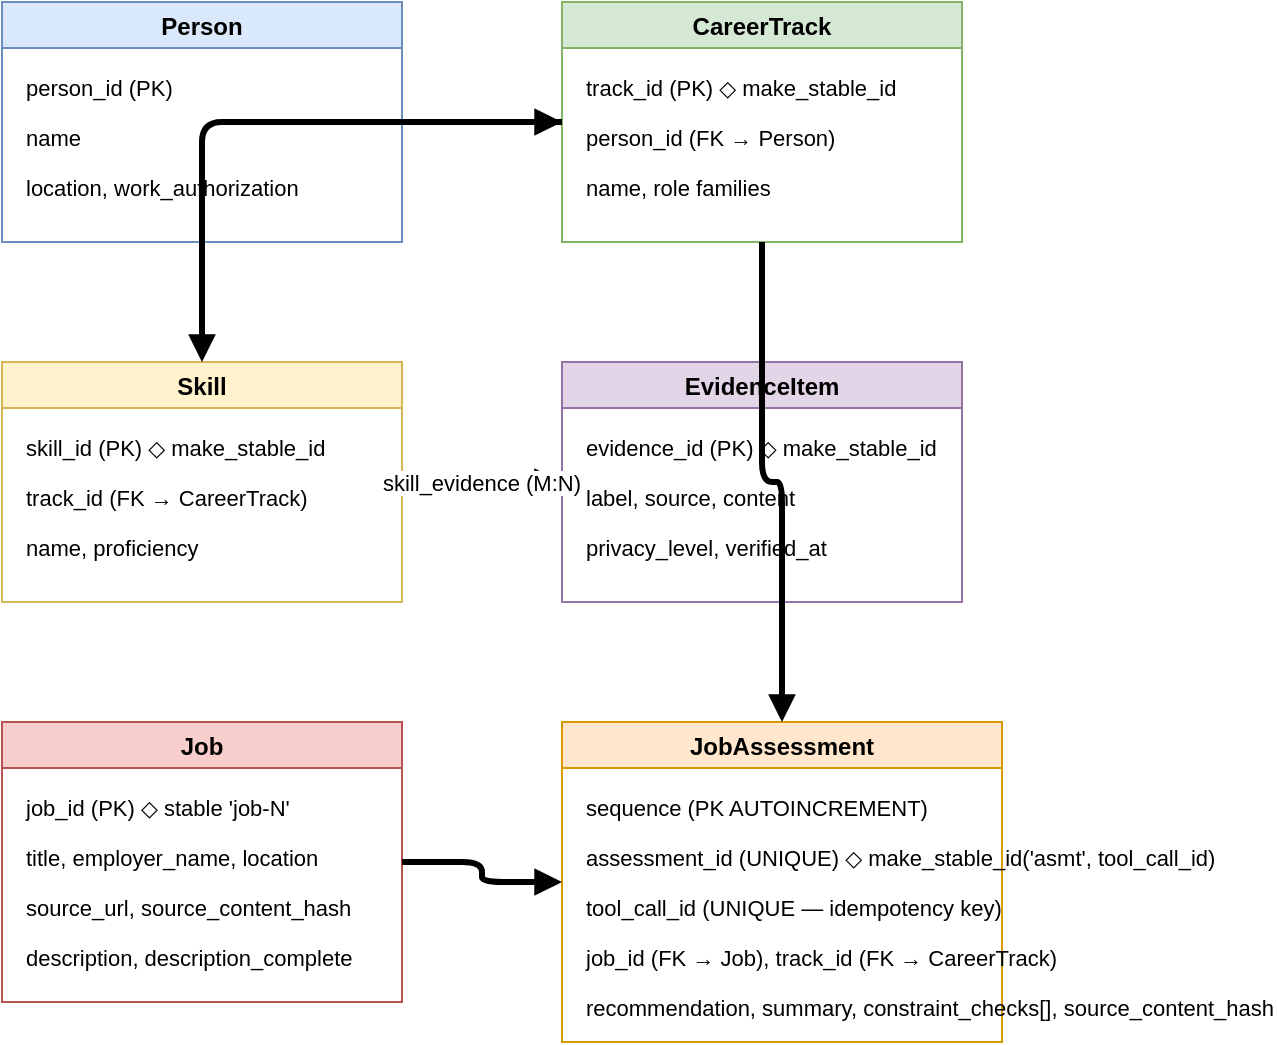
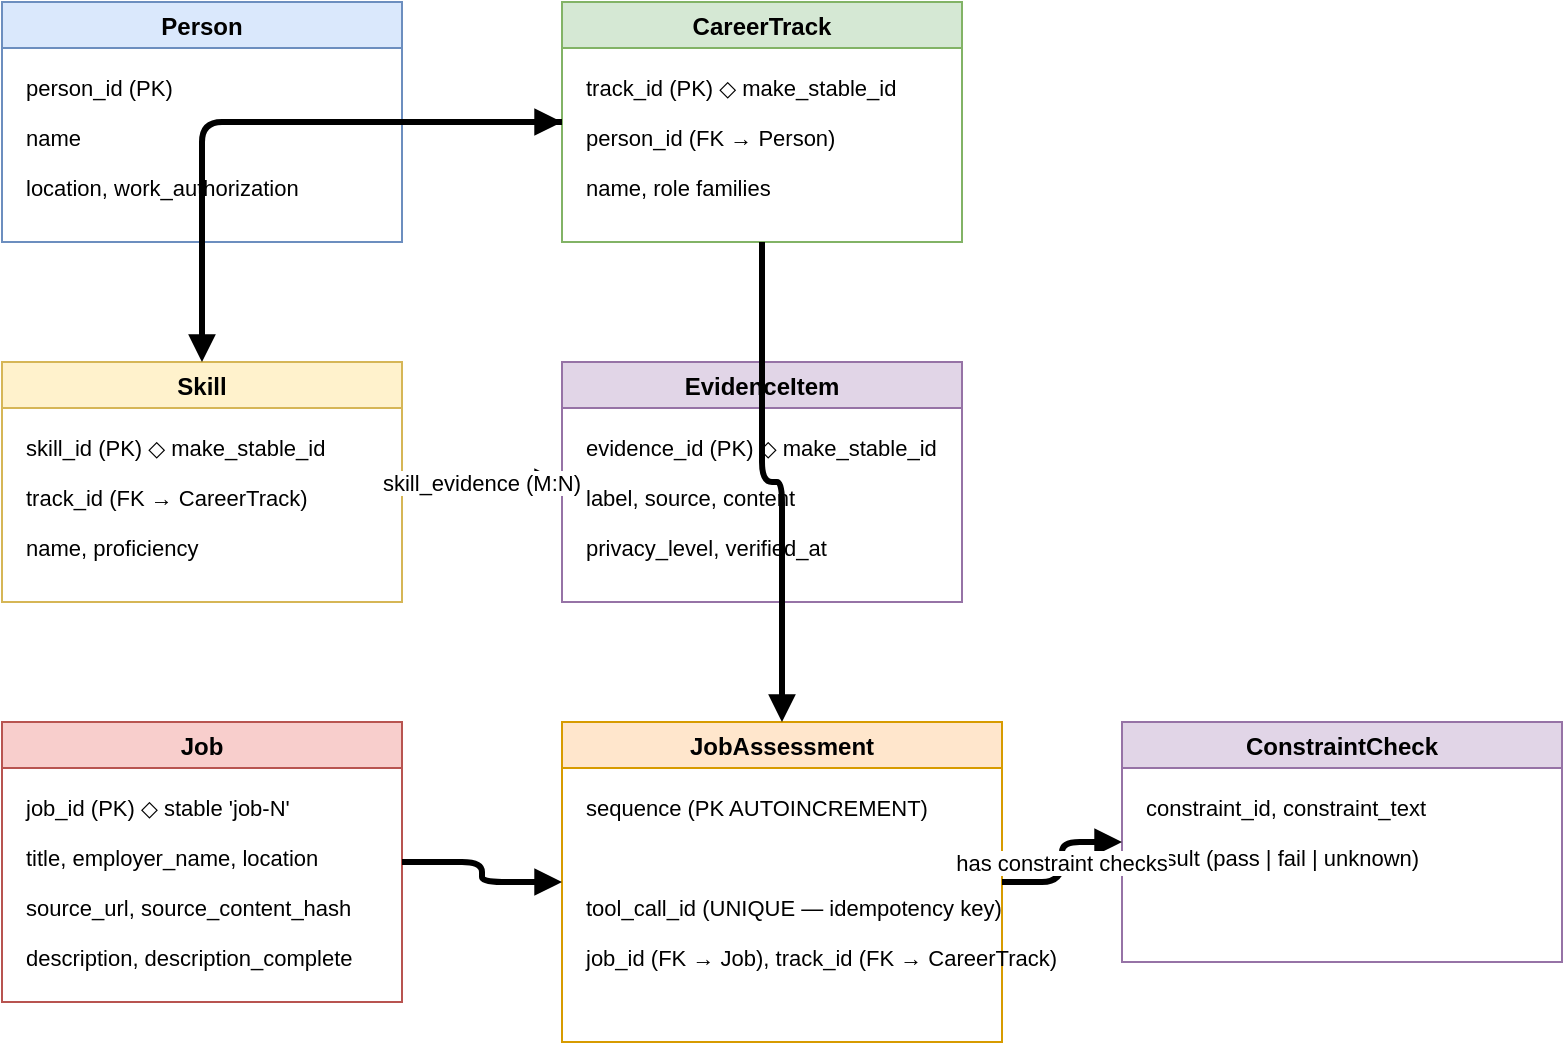
<mxfile host="app.diagrams.net">
  <diagram name="employment-models">
    <mxGraphModel dx="1200" dy="800" grid="1" gridSize="10" guides="1" tooltips="1" connect="1" arrows="1" fold="1" page="1" pageScale="1" pageWidth="827" pageHeight="1169">
      <root>
        <mxCell id="0"/>
        <mxCell id="1" parent="0"/>
        <mxCell id="group-person" value="Person" style="swimlane;fillColor=#dae8fc;strokeColor=#6c8ebf;" vertex="1" parent="1">
          <mxGeometry x="40" y="40" width="200" height="120" as="geometry"/>
        </mxCell>
        <mxCell id="person-id" value="person_id (PK)" style="text;fontSize=11;" vertex="1" parent="group-person">
          <mxGeometry x="10" y="30" width="180" height="20" as="geometry"/>
        </mxCell>
        <mxCell id="person-name" value="name" style="text;fontSize=11;" vertex="1" parent="group-person">
          <mxGeometry x="10" y="55" width="180" height="20" as="geometry"/>
        </mxCell>
        <mxCell id="person-loc" value="location, work_authorization" style="text;fontSize=11;" vertex="1" parent="group-person">
          <mxGeometry x="10" y="80" width="180" height="20" as="geometry"/>
        </mxCell>
        <mxCell id="group-track" value="CareerTrack" style="swimlane;fillColor=#d5e8d4;strokeColor=#82b366;" vertex="1" parent="1">
          <mxGeometry x="320" y="40" width="200" height="120" as="geometry"/>
        </mxCell>
        <mxCell id="track-id" value="track_id (PK)  ◇ make_stable_id" style="text;fontSize=11;" vertex="1" parent="group-track">
          <mxGeometry x="10" y="30" width="180" height="20" as="geometry"/>
        </mxCell>
        <mxCell id="track-pid" value="person_id (FK → Person)" style="text;fontSize=11;" vertex="1" parent="group-track">
          <mxGeometry x="10" y="55" width="180" height="20" as="geometry"/>
        </mxCell>
        <mxCell id="track-name" value="name, role families" style="text;fontSize=11;" vertex="1" parent="group-track">
          <mxGeometry x="10" y="80" width="180" height="20" as="geometry"/>
        </mxCell>
        <mxCell id="group-skill" value="Skill" style="swimlane;fillColor=#fff2cc;strokeColor=#d6b656;" vertex="1" parent="1">
          <mxGeometry x="40" y="220" width="200" height="120" as="geometry"/>
        </mxCell>
        <mxCell id="skill-id" value="skill_id (PK)  ◇ make_stable_id" style="text;fontSize=11;" vertex="1" parent="group-skill">
          <mxGeometry x="10" y="30" width="180" height="20" as="geometry"/>
        </mxCell>
        <mxCell id="skill-tid" value="track_id (FK → CareerTrack)" style="text;fontSize=11;" vertex="1" parent="group-skill">
          <mxGeometry x="10" y="55" width="180" height="20" as="geometry"/>
        </mxCell>
        <mxCell id="skill-prof" value="name, proficiency" style="text;fontSize=11;" vertex="1" parent="group-skill">
          <mxGeometry x="10" y="80" width="180" height="20" as="geometry"/>
        </mxCell>
        <mxCell id="group-evidence" value="EvidenceItem" style="swimlane;fillColor=#e1d5e7;strokeColor=#9673a6;" vertex="1" parent="1">
          <mxGeometry x="320" y="220" width="200" height="120" as="geometry"/>
        </mxCell>
        <mxCell id="ev-id" value="evidence_id (PK)  ◇ make_stable_id" style="text;fontSize=11;" vertex="1" parent="group-evidence">
          <mxGeometry x="10" y="30" width="180" height="20" as="geometry"/>
        </mxCell>
        <mxCell id="ev-label" value="label, source, content" style="text;fontSize=11;" vertex="1" parent="group-evidence">
          <mxGeometry x="10" y="55" width="180" height="20" as="geometry"/>
        </mxCell>
        <mxCell id="ev-priv" value="privacy_level, verified_at" style="text;fontSize=11;" vertex="1" parent="group-evidence">
          <mxGeometry x="10" y="80" width="180" height="20" as="geometry"/>
        </mxCell>
        <mxCell id="group-job" value="Job" style="swimlane;fillColor=#f8cecc;strokeColor=#b85450;" vertex="1" parent="1">
          <mxGeometry x="40" y="400" width="200" height="140" as="geometry"/>
        </mxCell>
        <mxCell id="job-id" value="job_id (PK)  ◇ stable 'job-N'" style="text;fontSize=11;" vertex="1" parent="group-job">
          <mxGeometry x="10" y="30" width="180" height="20" as="geometry"/>
        </mxCell>
        <mxCell id="job-title" value="title, employer_name, location" style="text;fontSize=11;" vertex="1" parent="group-job">
          <mxGeometry x="10" y="55" width="180" height="20" as="geometry"/>
        </mxCell>
        <mxCell id="job-src" value="source_url, source_content_hash" style="text;fontSize=11;" vertex="1" parent="group-job">
          <mxGeometry x="10" y="80" width="180" height="20" as="geometry"/>
        </mxCell>
        <mxCell id="job-desc" value="description, description_complete" style="text;fontSize=11;" vertex="1" parent="group-job">
          <mxGeometry x="10" y="105" width="180" height="20" as="geometry"/>
        </mxCell>
        <mxCell id="group-assessment" value="JobAssessment" style="swimlane;fillColor=#ffe6cc;strokeColor=#d79b00;" vertex="1" parent="1">
          <mxGeometry x="320" y="400" width="220" height="160" as="geometry"/>
        </mxCell>
        <mxCell id="asmt-seq" value="sequence (PK AUTOINCREMENT)" style="text;fontSize=11;" vertex="1" parent="group-assessment">
          <mxGeometry x="10" y="30" width="200" height="20" as="geometry"/>
        </mxCell>
-         <mxCell id="asmt-aid" value="assessment_id (UNIQUE)  ◇ make_stable_id('asmt', tool_call_id)" style="text;fontSize=11;" vertex="1" parent="group-assessment">
-           <mxGeometry x="10" y="55" width="200" height="20" as="geometry"/>
-         </mxCell>
        <mxCell id="asmt-tcid" value="tool_call_id (UNIQUE — idempotency key)" style="text;fontSize=11;" vertex="1" parent="group-assessment">
          <mxGeometry x="10" y="80" width="200" height="20" as="geometry"/>
        </mxCell>
        <mxCell id="asmt-fk" value="job_id (FK → Job), track_id (FK → CareerTrack)" style="text;fontSize=11;" vertex="1" parent="group-assessment">
          <mxGeometry x="10" y="105" width="200" height="20" as="geometry"/>
        </mxCell>
-         <mxCell id="asmt-rec" value="recommendation, summary, constraint_checks[], source_content_hash" style="text;fontSize=11;" vertex="1" parent="group-assessment">
-           <mxGeometry x="10" y="130" width="200" height="20" as="geometry"/>
+         <mxCell id="group-constraint" value="ConstraintCheck" style="swimlane;fillColor=#e1d5e7;strokeColor=#9673a6;" vertex="1" parent="1">
+           <mxGeometry x="600" y="400" width="220" height="120" as="geometry"/>
+         </mxCell>
+         <mxCell id="constraint-fields" value="constraint_id, constraint_text" style="text;fontSize=11;" vertex="1" parent="group-constraint">
+           <mxGeometry x="10" y="30" width="200" height="20" as="geometry"/>
+         </mxCell>
+         <mxCell id="constraint-result" value="result (pass | fail | unknown)" style="text;fontSize=11;" vertex="1" parent="group-constraint">
+           <mxGeometry x="10" y="55" width="200" height="20" as="geometry"/>
        </mxCell>
        <mxCell id="edge-p-t" value="" style="edgeStyle=orthogonalEdgeStyle;orthogonalLoop=1;jettySize=auto;endArrow=block;endFill=1;strokeWidth=3;" edge="1" parent="1" source="group-person" target="group-track">
          <mxGeometry relative="1" as="geometry"/>
        </mxCell>
        <mxCell id="edge-t-s" value="" style="edgeStyle=orthogonalEdgeStyle;orthogonalLoop=1;jettySize=auto;endArrow=block;endFill=1;strokeWidth=3;" edge="1" parent="1" source="group-track" target="group-skill">
          <mxGeometry relative="1" as="geometry"/>
        </mxCell>
        <mxCell id="edge-s-e" value="skill_evidence (M:N)" style="edgeStyle=orthogonalEdgeStyle;orthogonalLoop=1;jettySize=auto;endArrow=block;endFill=1;strokeWidth=3;dashed=1;" edge="1" parent="1" source="group-skill" target="group-evidence">
          <mxGeometry relative="1" as="geometry"/>
        </mxCell>
        <mxCell id="edge-j-a" value="" style="edgeStyle=orthogonalEdgeStyle;orthogonalLoop=1;jettySize=auto;endArrow=block;endFill=1;strokeWidth=3;" edge="1" parent="1" source="group-job" target="group-assessment">
          <mxGeometry relative="1" as="geometry"/>
        </mxCell>
        <mxCell id="edge-t-a" value="" style="edgeStyle=orthogonalEdgeStyle;orthogonalLoop=1;jettySize=auto;endArrow=block;endFill=1;strokeWidth=3;" edge="1" parent="1" source="group-track" target="group-assessment">
          <mxGeometry relative="1" as="geometry"/>
        </mxCell>
+         <mxCell id="edge-a-c" value="has constraint checks" style="edgeStyle=orthogonalEdgeStyle;orthogonalLoop=1;jettySize=auto;endArrow=block;endFill=1;strokeWidth=3;" edge="1" parent="1" source="group-assessment" target="group-constraint">
+           <mxGeometry relative="1" as="geometry"/>
+         </mxCell>
      </root>
    </mxGraphModel>
  </diagram>
</mxfile>
